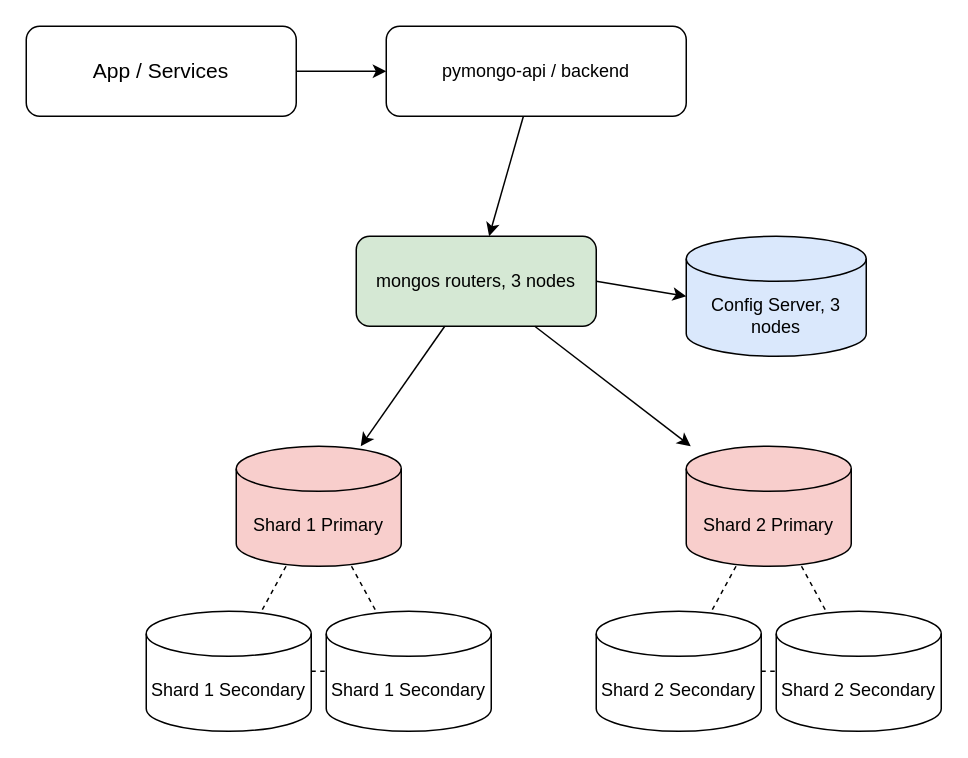
This is schema2.drawio from anushST/architecture-pro-black_friday, a draw.io file, before an edit. Source tidied: cells renumbered, new cells numbered last; positions are measured from the earlier drawing's top-left corner, leaving out a move shared by most shapes. Both pictures are drawn from the tidied source at 150%, with x=0, y=0 at pixel (26, 26).
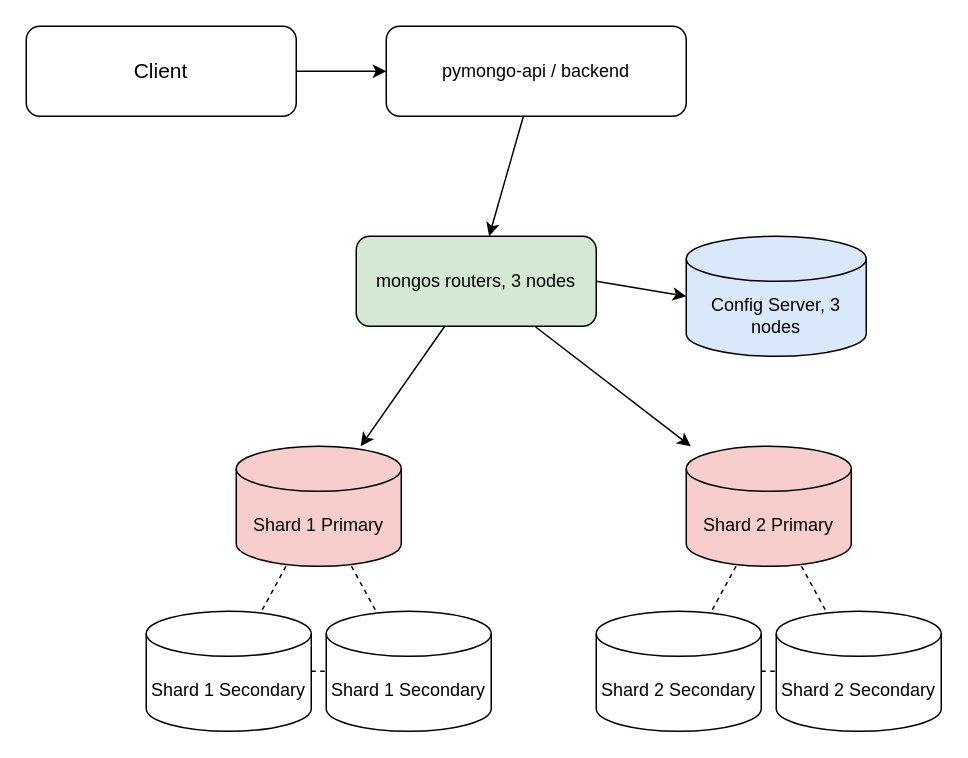
Above is the later version.

The edit, as a diff of the source:
```diff
@@
-    <mxCell id="2" value="App / Services" style="rounded=1;whiteSpace=wrap;html=1;fontSize=14;" parent="1" vertex="1">
+    <mxCell id="2" value="Client" style="rounded=1;whiteSpace=wrap;html=1;fontSize=14;" parent="1" vertex="1">
       <mxGeometry width="180" height="60" as="geometry" />
     </mxCell>
```
